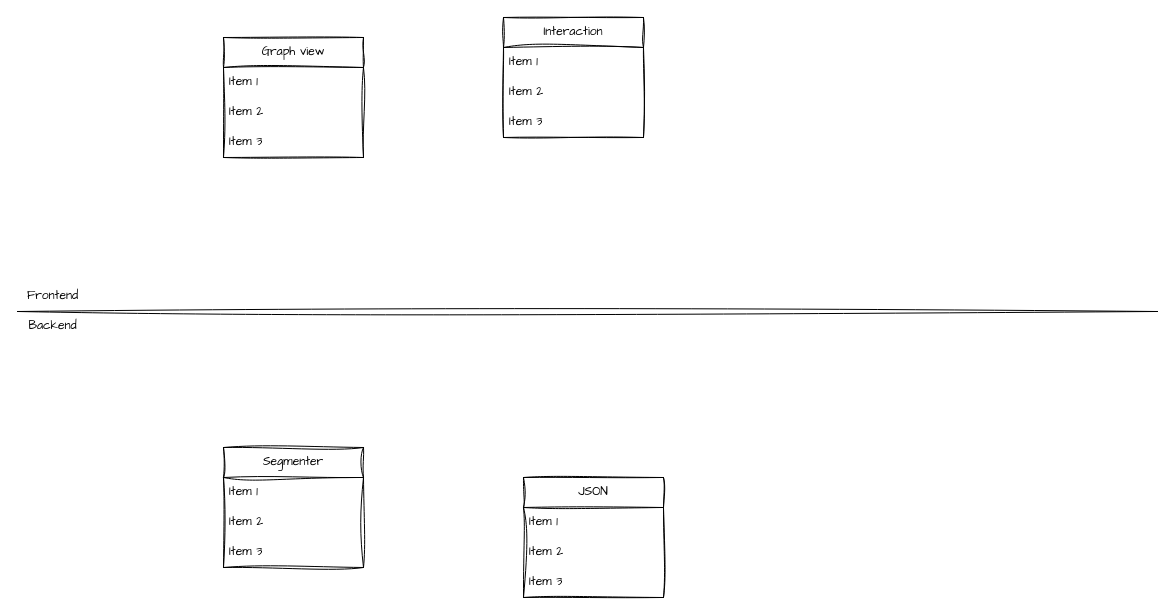
Hellorelei/Ficus keeps this draw.io diagram as projet/schemas/structure.drawio. Above is the earlier version. Source tidied: cells renumbered, new cells numbered last; positions are measured from the earlier drawing's top-left corner, leaving out a move shared by most shapes. Both pictures are drawn from the tidied source at 100%, with x=0, y=0 at pixel (17, 17).
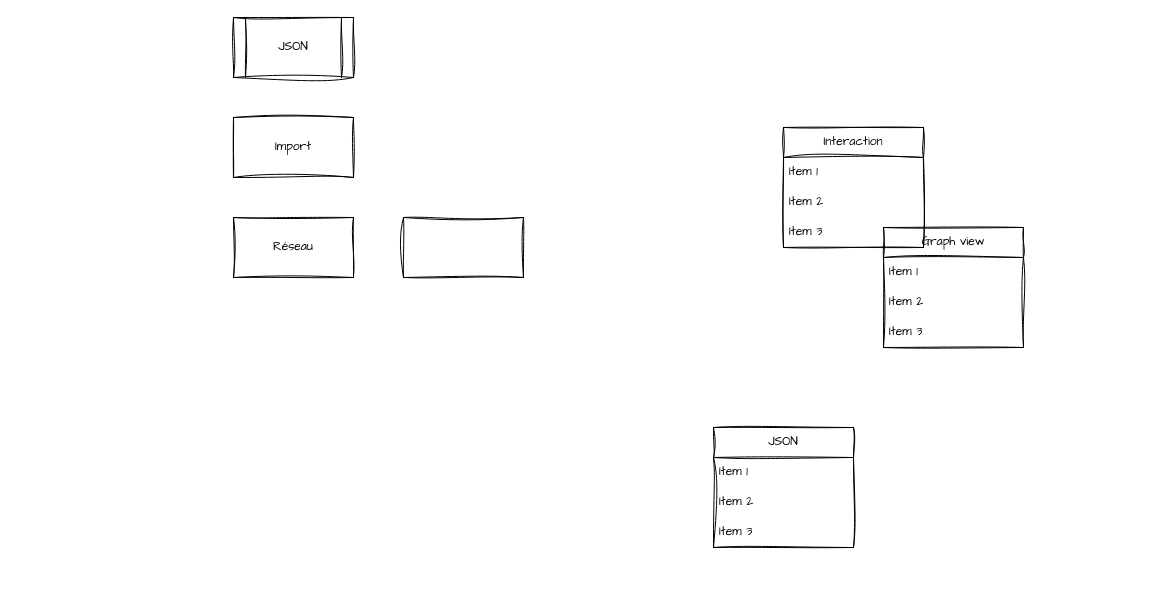
Above is the later version.

The edit, as a diff of the source:
```diff
@@
-    <mxCell id="2" style="group;" parent="1" vertex="1">
-      <mxGeometry y="264" width="1140" height="60" as="geometry" />
-    </mxCell>
-    <mxCell id="3" style="endArrow=none;html=1;rounded=0;sketch=1;hachureGap=4;jiggle=2;curveFitting=1;fontFamily=Architects Daughter;" parent="2" edge="1">
-      <mxGeometry relative="1" as="geometry">
-        <mxPoint y="30" as="sourcePoint" />
-        <mxPoint x="1140" y="30" as="targetPoint" />
-      </mxGeometry>
-    </mxCell>
-    <mxCell id="4" value="Frontend" style="text;html=1;align=center;verticalAlign=middle;strokeColor=none;fillColor=none;fontFamily=Architects Daughter;" parent="2" vertex="1">
-      <mxGeometry width="70" height="30" as="geometry" />
-    </mxCell>
-    <mxCell id="5" value="Backend" style="text;html=1;align=center;verticalAlign=middle;strokeColor=none;fillColor=none;fontFamily=Architects Daughter;" parent="2" vertex="1">
-      <mxGeometry y="30" width="70" height="30" as="geometry" />
-    </mxCell>
-    <mxCell id="6" value="Segmenter" style="swimlane;fontStyle=0;horizontal=1;startSize=30;whiteSpace=wrap;html=1;sketch=1;hachureGap=4;jiggle=2;curveFitting=1;fontFamily=Architects Daughter;" parent="1" vertex="1">
-      <mxGeometry x="206" y="430" width="140" height="120" as="geometry" />
-    </mxCell>
-    <mxCell id="7" value="Item 1" style="text;strokeColor=none;fillColor=none;align=left;verticalAlign=middle;spacingLeft=4;spacingRight=4;overflow=hidden;whiteSpace=wrap;html=1;fontFamily=Architects Daughter;" parent="6" vertex="1">
-      <mxGeometry y="30" width="140" height="30" as="geometry" />
-    </mxCell>
-    <mxCell id="8" value="Item 2" style="text;strokeColor=none;fillColor=none;align=left;verticalAlign=middle;spacingLeft=4;spacingRight=4;overflow=hidden;whiteSpace=wrap;html=1;fontFamily=Architects Daughter;" parent="6" vertex="1">
-      <mxGeometry y="60" width="140" height="30" as="geometry" />
-    </mxCell>
-    <mxCell id="9" value="Item 3" style="text;strokeColor=none;fillColor=none;align=left;verticalAlign=middle;spacingLeft=4;spacingRight=4;overflow=hidden;whiteSpace=wrap;html=1;fontFamily=Architects Daughter;" parent="6" vertex="1">
-      <mxGeometry y="90" width="140" height="30" as="geometry" />
-    </mxCell>
     <mxCell id="10" value="JSON" style="swimlane;fontStyle=0;horizontal=1;startSize=30;whiteSpace=wrap;html=1;sketch=1;hachureGap=4;jiggle=2;curveFitting=1;fontFamily=Architects Daughter;" parent="1" vertex="1">
-      <mxGeometry x="506" y="460" width="140" height="120" as="geometry" />
+      <mxGeometry x="696" y="410" width="140" height="120" as="geometry" />
     </mxCell>
@@
     <mxCell id="14" value="Graph view" style="swimlane;fontStyle=0;horizontal=1;startSize=30;whiteSpace=wrap;html=1;sketch=1;hachureGap=4;jiggle=2;curveFitting=1;fontFamily=Architects Daughter;" parent="1" vertex="1">
-      <mxGeometry x="206" y="20" width="140" height="120" as="geometry" />
+      <mxGeometry x="866" y="210" width="140" height="120" as="geometry" />
     </mxCell>
@@
     <mxCell id="18" value="Interaction" style="swimlane;fontStyle=0;horizontal=1;startSize=30;whiteSpace=wrap;html=1;sketch=1;hachureGap=4;jiggle=2;curveFitting=1;fontFamily=Architects Daughter;" parent="1" vertex="1">
-      <mxGeometry x="486" width="140" height="120" as="geometry" />
+      <mxGeometry x="766" y="110" width="140" height="120" as="geometry" />
     </mxCell>
@@
+    <mxCell id="22" value="&lt;span&gt;JSON&lt;/span&gt;" style="shape=process;whiteSpace=wrap;html=1;backgroundOutline=1;sketch=1;hachureGap=4;jiggle=2;curveFitting=1;fontFamily=Architects Daughter;fontStyle=0;" parent="1" vertex="1">
+      <mxGeometry x="216" width="120" height="60" as="geometry" />
+    </mxCell>
+    <mxCell id="23" value="Import" style="rounded=0;whiteSpace=wrap;html=1;sketch=1;hachureGap=4;jiggle=2;curveFitting=1;fontFamily=Architects Daughter;" parent="1" vertex="1">
+      <mxGeometry x="216" y="100" width="120" height="60" as="geometry" />
+    </mxCell>
+    <mxCell id="24" style="rounded=0;whiteSpace=wrap;html=1;sketch=1;hachureGap=4;jiggle=2;curveFitting=1;fontFamily=Architects Daughter;" parent="1" vertex="1">
+      <mxGeometry x="386" y="200" width="120" height="60" as="geometry" />
+    </mxCell>
+    <mxCell id="25" value="Réseau" style="rounded=0;whiteSpace=wrap;html=1;sketch=1;hachureGap=4;jiggle=2;curveFitting=1;fontFamily=Architects Daughter;" parent="1" vertex="1">
+      <mxGeometry x="216" y="200" width="120" height="60" as="geometry" />
+    </mxCell>
```
